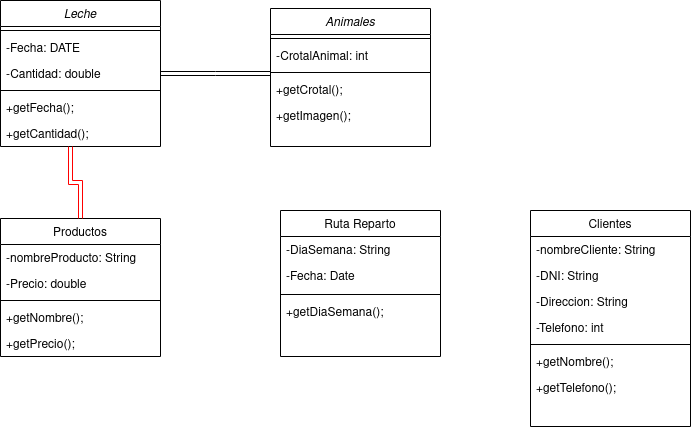
JoseMariaRuizDAM/PGL_JoseMa keeps this draw.io diagram as diagramas/DiagramaClase.png. Above is the earlier version. Source tidied: cells renumbered, new cells last; positions are measured from the earlier drawing's top-left corner, leaving out a move shared by most shapes.
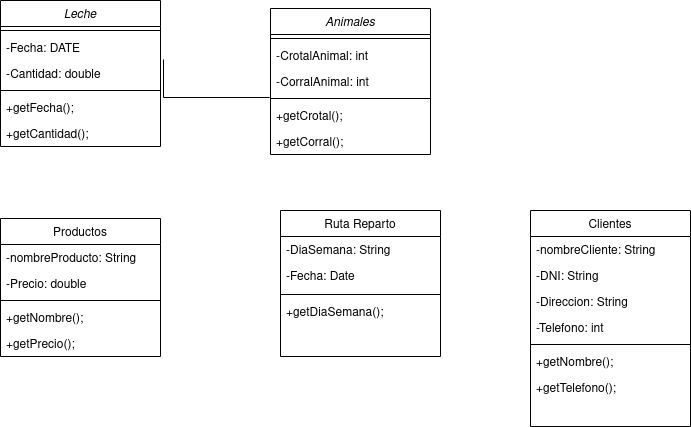
The same diagram one commit later.

The edit, as a diff of the source:
```diff
@@ -3,7 +3,7 @@
     <mxCell id="0" />
     <mxCell id="1" parent="0" />
     <mxCell id="2" value="Animales" style="swimlane;fontStyle=2;align=center;verticalAlign=top;horizontal=1;startSize=26;rounded=0;shadow=0;strokeWidth=1;" parent="1" vertex="1">
-      <mxGeometry x="270" y="8" width="160" height="138" as="geometry" />
+      <mxGeometry x="270" y="8" width="160" height="146" as="geometry" />
     </mxCell>
     <mxCell id="3" style="line;html=1;strokeWidth=1;align=left;verticalAlign=middle;spacingTop=-1;spacingLeft=3;spacingRight=3;labelPosition=right;" parent="2" vertex="1">
       <mxGeometry y="26" width="160" height="8" as="geometry" />
@@ -11,14 +11,17 @@
     <mxCell id="4" value="-CrotalAnimal: int" style="text;align=left;verticalAlign=top;spacingLeft=4;spacingRight=4;overflow=hidden;rounded=0;shadow=0;html=0;" parent="2" vertex="1">
       <mxGeometry y="34" width="160" height="26" as="geometry" />
     </mxCell>
+    <mxCell id="37" value="-CorralAnimal: int" style="text;align=left;verticalAlign=top;spacingLeft=4;spacingRight=4;overflow=hidden;rounded=0;shadow=0;html=0;" parent="2" vertex="1">
+      <mxGeometry y="60" width="160" height="26" as="geometry" />
+    </mxCell>
     <mxCell id="5" style="line;html=1;strokeWidth=1;align=left;verticalAlign=middle;spacingTop=-1;spacingLeft=3;spacingRight=3;labelPosition=right;" parent="2" vertex="1">
-      <mxGeometry y="60" width="160" height="8" as="geometry" />
+      <mxGeometry y="86" width="160" height="8" as="geometry" />
     </mxCell>
     <mxCell id="6" value="+getCrotal();" style="text;align=left;verticalAlign=top;spacingLeft=4;spacingRight=4;overflow=hidden;points=[[0,0.5],[1,0.5]];portConstraint=eastwest;" parent="2" vertex="1">
-      <mxGeometry y="68" width="160" height="26" as="geometry" />
+      <mxGeometry y="94" width="160" height="26" as="geometry" />
     </mxCell>
-    <mxCell id="7" value="+getImagen();" style="text;align=left;verticalAlign=top;spacingLeft=4;spacingRight=4;overflow=hidden;" parent="2" vertex="1">
-      <mxGeometry y="94" width="160" height="26" as="geometry" />
+    <mxCell id="7" value="+getCorral();" style="text;align=left;verticalAlign=top;spacingLeft=4;spacingRight=4;overflow=hidden;" parent="2" vertex="1">
+      <mxGeometry y="120" width="160" height="26" as="geometry" />
     </mxCell>
     <mxCell id="8" value="Productos" style="swimlane;fontStyle=0;align=center;verticalAlign=top;horizontal=1;startSize=26;rounded=0;shadow=0;strokeWidth=1;" parent="1" vertex="1">
       <mxGeometry y="218" width="160" height="138" as="geometry" />
@@ -95,19 +98,14 @@
     <mxCell id="32" value="+getFecha();" style="text;align=left;verticalAlign=top;spacingLeft=4;spacingRight=4;overflow=hidden;" parent="27" vertex="1">
       <mxGeometry y="94" width="160" height="26" as="geometry" />
     </mxCell>
-    <mxCell id="33" style="endArrow=block;endFill=0;shadow=0;strokeWidth=1;rounded=0;edgeStyle=elbowEdgeStyle;elbow=vertical;exitX=1;exitY=0.5;exitDx=0;exitDy=0;shape=link;" parent="1" edge="1" source="30" target="2">
-      <mxGeometry relative="1" as="geometry" />
-    </mxCell>
     <mxCell id="34" value="+getCantidad();" style="text;align=left;verticalAlign=top;spacingLeft=4;spacingRight=4;overflow=hidden;" parent="1" vertex="1">
       <mxGeometry y="120" width="160" height="26" as="geometry" />
     </mxCell>
-    <mxCell id="35" style="edgeStyle=orthogonalEdgeStyle;html=1;verticalAlign=bottom;endArrow=open;endSize=8;strokeColor=#ff0000;rounded=0;shape=link;" parent="1" edge="1" target="8">
-      <mxGeometry relative="1" as="geometry">
-        <mxPoint x="70" y="146" as="sourcePoint" />
-      </mxGeometry>
-    </mxCell>
     <mxCell id="36" style="text;strokeColor=none;fillColor=none;align=left;verticalAlign=middle;spacingTop=-1;spacingLeft=4;spacingRight=4;labelPosition=right;" parent="1" vertex="1">
       <mxGeometry x="450" y="198" width="20" height="14" as="geometry" />
     </mxCell>
+    <mxCell id="38" style="endArrow=none;html=1;rounded=0;edgeStyle=orthogonalEdgeStyle;entryX=-0.006;entryY=-0.192;entryDx=0;entryDy=0;entryPerimeter=0;exitX=1.019;exitY=0.962;exitDx=0;exitDy=0;exitPerimeter=0;" parent="1" edge="1" source="29" target="6">
+      <mxGeometry relative="1" as="geometry" />
+    </mxCell>
   </root>
 </mxGraphModel>
```
